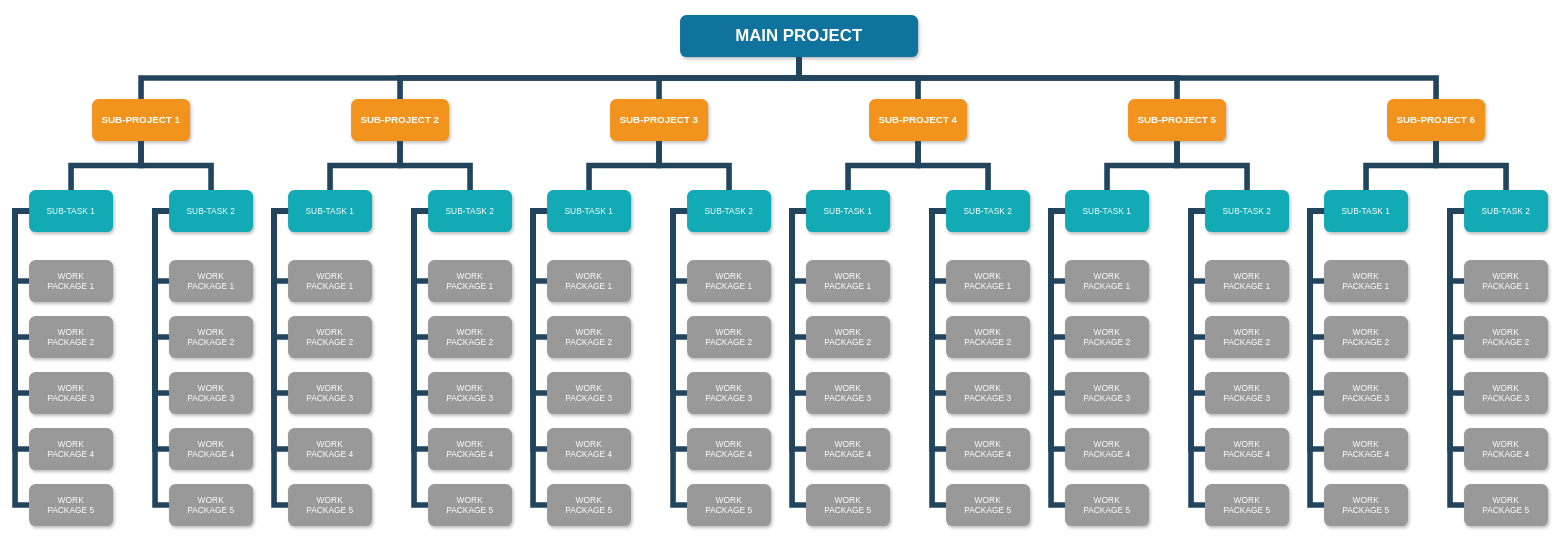
cecotm777/Try keeps this draw.io diagram as Untitled Diagram.drawio. Above is the earlier version. Source tidied: cells renumbered, new cells numbered last; positions are measured from the earlier drawing's top-left corner, leaving out a move shared by most shapes. Both pictures are drawn from the tidied source at 70%, with x=0, y=0 at pixel (15, 15).
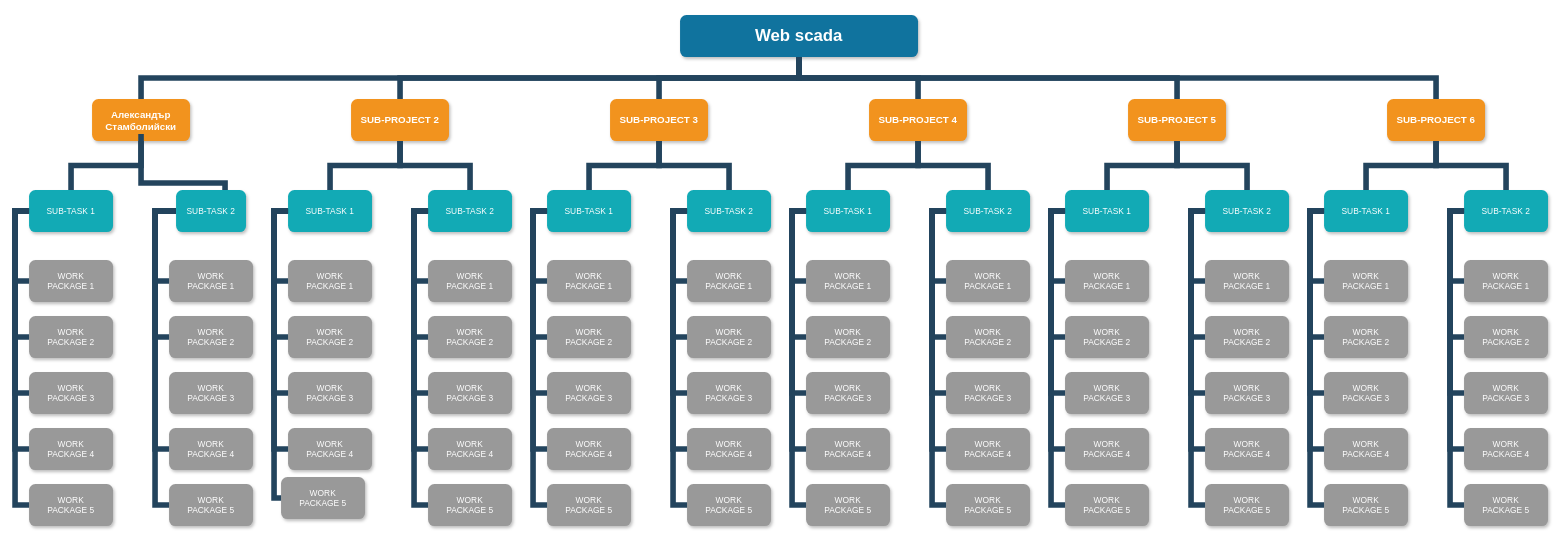
Above is the later version.

Unchanged cells that the change refers to:
```xml
<mxCell id="16" value="WORK&#10;PACKAGE 1" style="whiteSpace=wrap;rounded=1;fillColor=#999999;strokeColor=none;shadow=1;fontColor=#FFFFFF;fontStyle=0;" parent="1" vertex="1">
  <mxGeometry x="220" y="350" width="120" height="60" as="geometry" />
</mxCell>
<mxCell id="18" value="WORK&#10;PACKAGE 3" style="whiteSpace=wrap;rounded=1;fillColor=#999999;strokeColor=none;shadow=1;fontColor=#FFFFFF;fontStyle=0;" parent="1" vertex="1">
  <mxGeometry x="220" y="510" width="120" height="60" as="geometry" />
</mxCell>
```

What changed in the source:
```diff
@@
-    <mxCell id="2" value="MAIN PROJECT" style="whiteSpace=wrap;rounded=1;shadow=1;fillColor=#10739E;strokeColor=none;fontColor=#FFFFFF;fontStyle=1;fontSize=24;" parent="1" vertex="1">
+    <mxCell id="2" value="Web scada" style="whiteSpace=wrap;rounded=1;shadow=1;fillColor=#10739E;strokeColor=none;fontColor=#FFFFFF;fontStyle=1;fontSize=24;" parent="1" vertex="1">
       <mxGeometry x="950" width="340" height="60" as="geometry" />
     </mxCell>
-    <mxCell id="3" value="SUB-PROJECT 1" style="whiteSpace=wrap;rounded=1;fillColor=#F2931E;strokeColor=none;shadow=1;fontColor=#FFFFFF;fontStyle=1;fontSize=14;" parent="1" vertex="1">
+    <mxCell id="3" value="Александър Стамболийски" style="whiteSpace=wrap;rounded=1;fillColor=#F2931E;strokeColor=none;shadow=1;fontColor=#FFFFFF;fontStyle=1;fontSize=14;" parent="1" vertex="1">
       <mxGeometry x="110" y="120" width="140" height="60" as="geometry" />
     </mxCell>
@@
-    <mxCell id="10" value="SUB-TASK 2" style="whiteSpace=wrap;rounded=1;fillColor=#12AAB5;strokeColor=none;shadow=1;fontColor=#FFFFFF;" parent="1" vertex="1">
-      <mxGeometry x="220" y="250" width="120" height="60" as="geometry" />
-    </mxCell>
@@
     <mxCell id="27" value="WORK&#10;PACKAGE 5" style="whiteSpace=wrap;rounded=1;fillColor=#999999;strokeColor=none;shadow=1;fontColor=#FFFFFF;fontStyle=0;" parent="1" vertex="1">
-      <mxGeometry x="390" y="670" width="120" height="60" as="geometry" />
+      <mxGeometry x="380" y="660" width="120" height="60" as="geometry" />
     </mxCell>
@@
-    <mxCell id="34" style="edgeStyle=elbowEdgeStyle;elbow=vertical;rounded=0;fontColor=#000000;endArrow=none;endFill=0;strokeWidth=8;strokeColor=#23445D;" parent="1" edge="1" source="3" target="10">
-      <mxGeometry relative="1" as="geometry" />
+    <mxCell id="34" style="edgeStyle=elbowEdgeStyle;elbow=vertical;rounded=0;fontColor=#000000;endArrow=none;endFill=0;strokeWidth=8;strokeColor=#23445D;" parent="1" edge="1" target="10">
+      <mxGeometry relative="1" as="geometry">
+        <mxPoint x="180" y="170" as="sourcePoint" />
+        <Array as="points">
+          <mxPoint x="300" y="240" />
+        </Array>
+      </mxGeometry>
     </mxCell>
@@
-    <mxCell id="40" style="edgeStyle=elbowEdgeStyle;elbow=horizontal;rounded=0;fontColor=#000000;endArrow=none;endFill=0;strokeWidth=8;strokeColor=#23445D;" parent="1" edge="1" target="16">
+    <mxCell id="40" style="edgeStyle=elbowEdgeStyle;elbow=horizontal;rounded=0;fontColor=#000000;endArrow=none;endFill=0;strokeWidth=8;strokeColor=#23445D;" parent="1" edge="1" source="10" target="16">
       <mxGeometry relative="1" as="geometry">
-        <mxPoint x="210" y="280" as="sourcePoint" />
         <Array as="points">
           <mxPoint x="200" y="330" />
         </Array>
       </mxGeometry>
     </mxCell>
@@
-    <mxCell id="44" style="edgeStyle=elbowEdgeStyle;elbow=horizontal;rounded=0;fontColor=#000000;endArrow=none;endFill=0;strokeWidth=8;strokeColor=#23445D;" parent="1" edge="1" source="10" target="18">
+    <mxCell id="44" style="edgeStyle=elbowEdgeStyle;elbow=horizontal;rounded=0;fontColor=#000000;endArrow=none;endFill=0;strokeWidth=8;strokeColor=#23445D;entryX=1;entryY=1;entryDx=0;entryDy=0;entryPerimeter=0;" parent="1" edge="1" source="10" target="10">
       <mxGeometry relative="1" as="geometry">
         <Array as="points">
-          <mxPoint x="200" y="410" />
+          <mxPoint x="240" y="280" />
+          <mxPoint x="320" y="450" />
         </Array>
       </mxGeometry>
     </mxCell>
@@
+    <mxCell id="159" style="edgeStyle=elbowEdgeStyle;elbow=horizontal;rounded=0;fontColor=#000000;endArrow=none;endFill=0;strokeWidth=8;strokeColor=#23445D;" parent="1" edge="1" target="10">
+      <mxGeometry relative="1" as="geometry">
+        <mxPoint x="210" y="280" as="sourcePoint" />
+      </mxGeometry>
+    </mxCell>
+    <mxCell id="10" value="SUB-TASK 2" style="whiteSpace=wrap;rounded=1;fillColor=#12AAB5;strokeColor=none;shadow=1;fontColor=#FFFFFF;direction=west;" parent="1" vertex="1">
+      <mxGeometry x="230" y="250" width="100" height="60" as="geometry" />
+    </mxCell>
```
